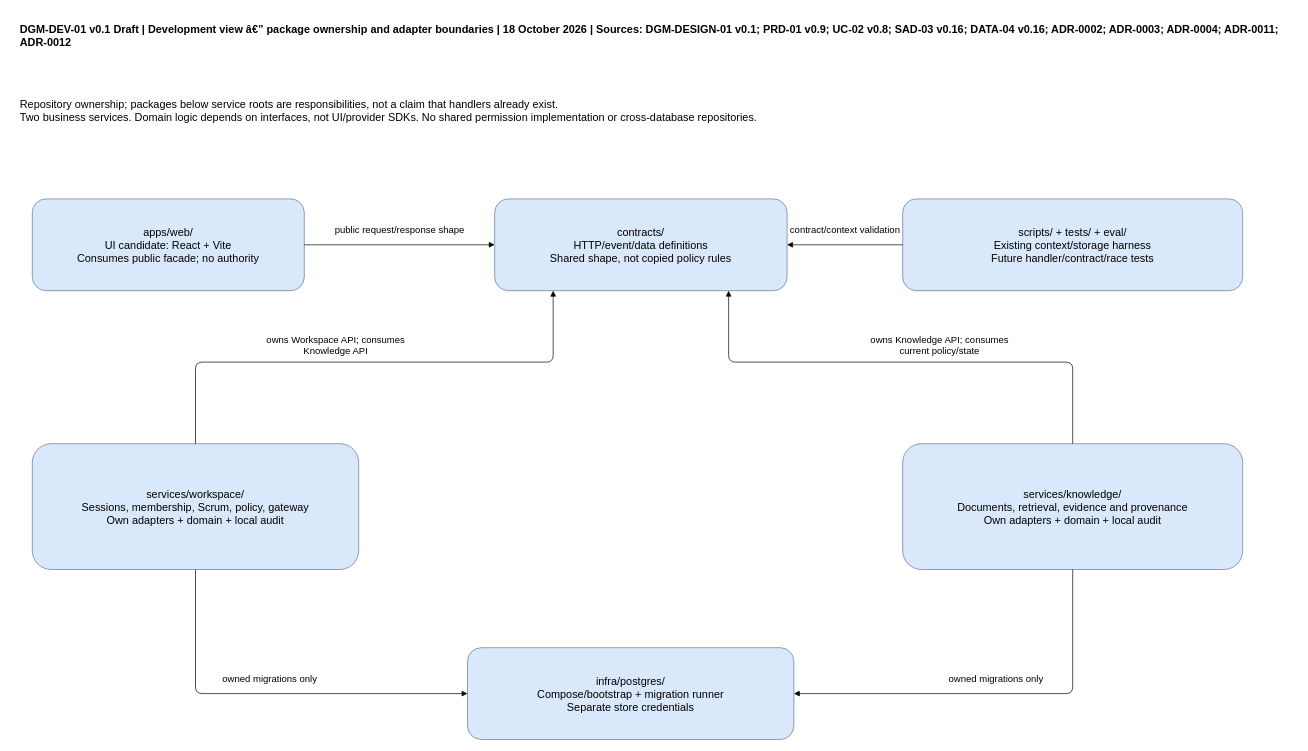
Above: docs/sdlc/diagrams/development/package-ownership.drawio in 900M100CK/scrum-workspace-KMS-ai (draw.io), before the change. Source tidied: cells renumbered, new cells numbered last; positions are measured from the earlier drawing's top-left corner, leaving out a move shared by most shapes. Both pictures are drawn from the tidied source at 68%, with x=0, y=0 at pixel (12, 12).
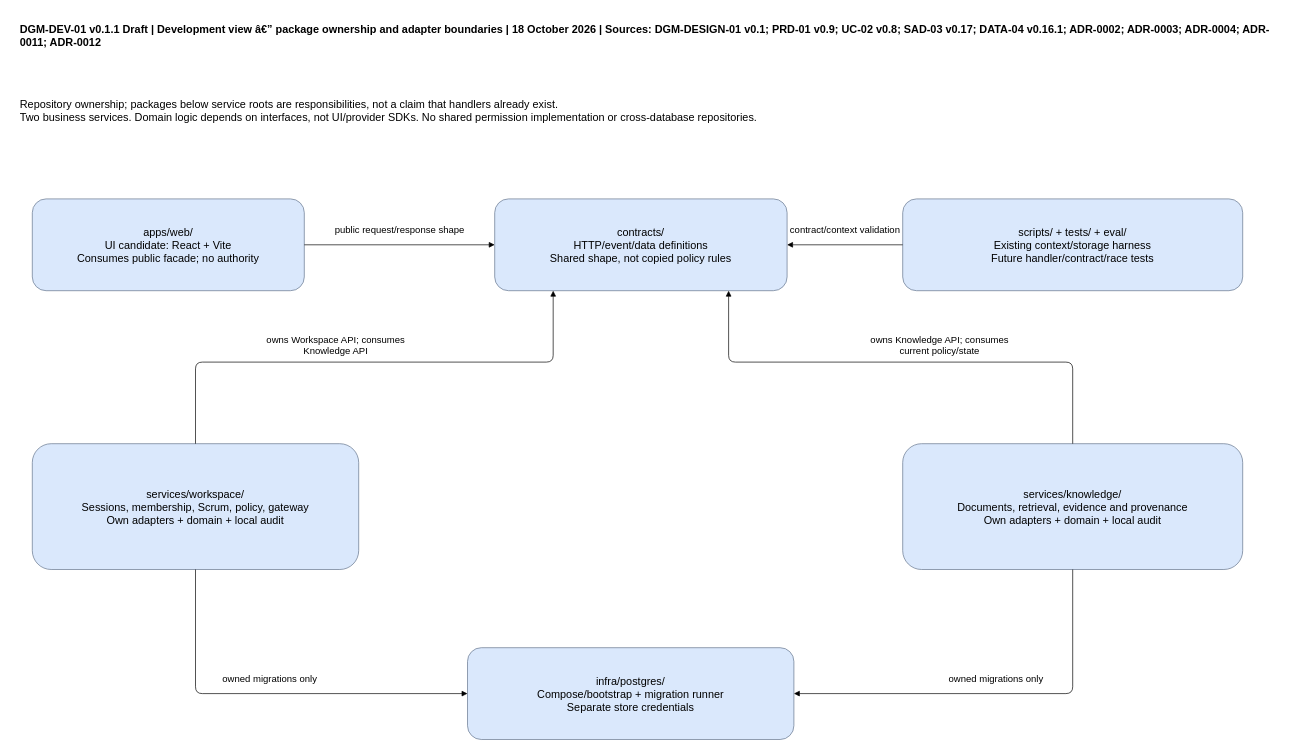
After the change.

Change to the diagram source:
```diff
@@
-    <mxCell id="14" value="DGM-DEV-01 v0.1 Draft | Development view â€” package ownership and adapter boundaries | 18 October 2026 | Sources: DGM-DESIGN-01 v0.1; PRD-01 v0.9; UC-02 v0.8; SAD-03 v0.16; DATA-04 v0.16; ADR-0002; ADR-0003; ADR-0004; ADR-0011; ADR-0012" style="text;align=left;fontStyle=1;whiteSpace=wrap;html=1;fontSize=16;spacing=12;" parent="1" vertex="1">
+    <mxCell id="14" value="DGM-DEV-01 v0.1.1 Draft | Development view â€” package ownership and adapter boundaries | 18 October 2026 | Sources: DGM-DESIGN-01 v0.1; PRD-01 v0.9; UC-02 v0.8; SAD-03 v0.17; DATA-04 v0.16.1; ADR-0002; ADR-0003; ADR-0004; ADR-0011; ADR-0012" style="text;align=left;fontStyle=1;whiteSpace=wrap;html=1;fontSize=16;spacing=12;" parent="1" vertex="1">
       <mxGeometry width="1890" height="105" as="geometry" />
     </mxCell>
```
